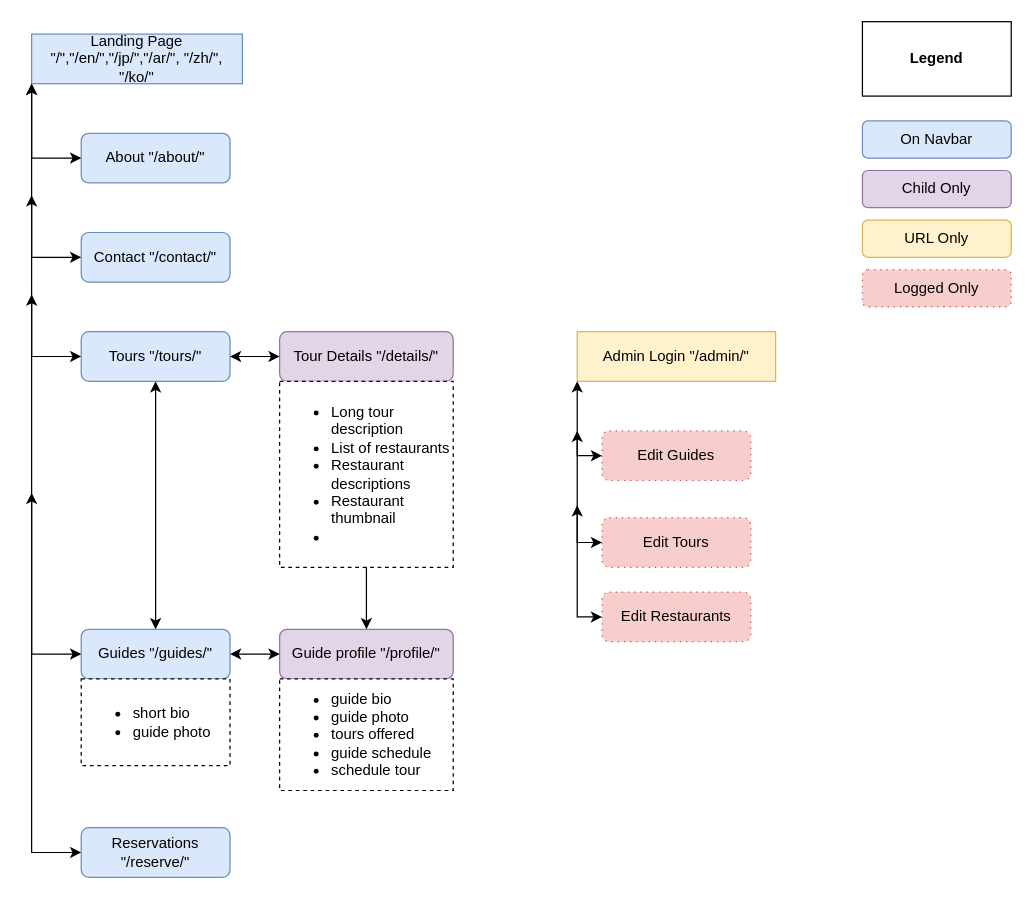
Earlier version of the draw.io diagram Planning Docs/TokyoTours.drawio (TheJasuMasa/TokyoTours). Source tidied: cells renumbered, new cells numbered last; positions are measured from the earlier drawing's top-left corner, leaving out a move shared by most shapes. Both pictures are drawn from the tidied source at 124%, with x=0, y=0 at pixel (31, 21).
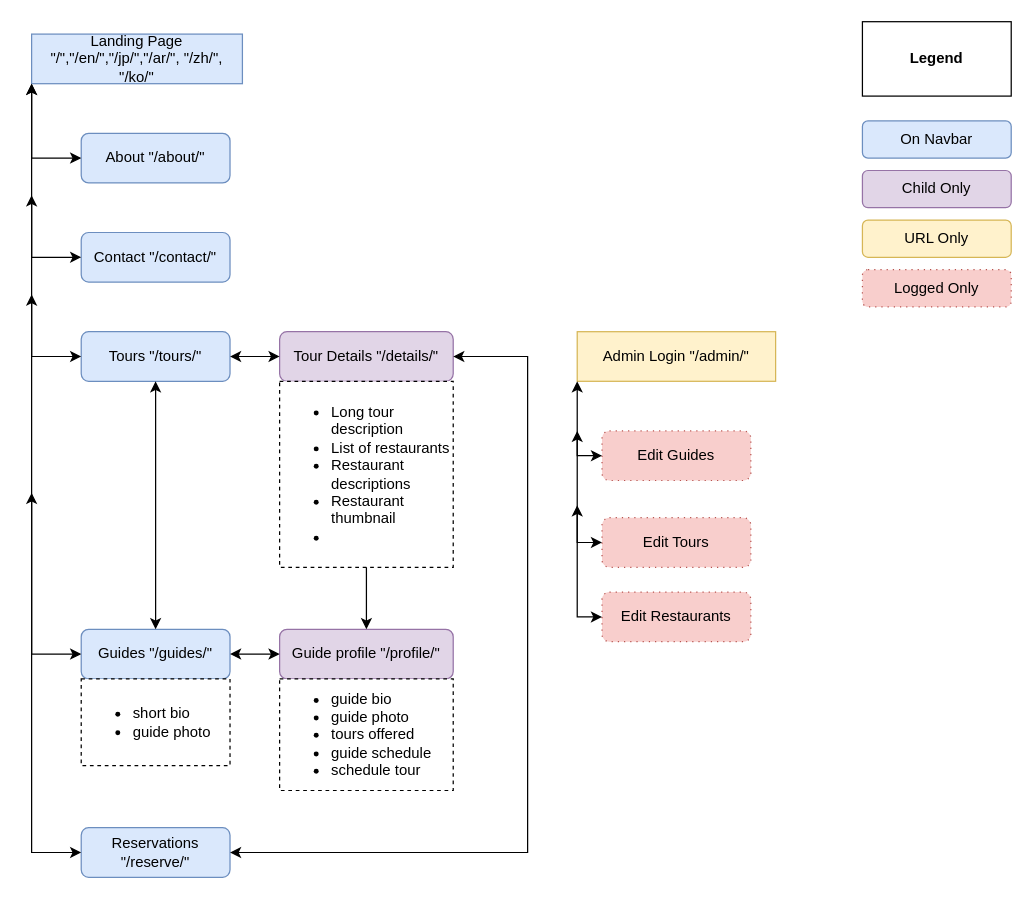
Above is the later version.

The change refers to these unchanged cells:
```xml
<mxCell id="13" value="Tour Details &quot;/details/&quot;" style="rounded=1;whiteSpace=wrap;html=1;fillColor=#e1d5e7;strokeColor=#9673a6;" parent="1" vertex="1">
  <mxGeometry x="200" y="250" width="140" height="40" as="geometry" />
</mxCell>
<mxCell id="27" value="Reservations &quot;/reserve/&quot;" style="rounded=1;whiteSpace=wrap;html=1;fillColor=#dae8fc;strokeColor=#6c8ebf;" parent="1" vertex="1">
  <mxGeometry x="40" y="650" width="120" height="40" as="geometry" />
</mxCell>
```

The edit, as a diff of the source:
```diff
@@
+    <mxCell id="34" style="endArrow=classic;startArrow=classic;html=1;rounded=0;entryX=1;entryY=0.5;entryDx=0;entryDy=0;" parent="1" edge="1" source="13" target="27">
+      <mxGeometry relative="1" as="geometry">
+        <Array as="points">
+          <mxPoint x="400" y="270" />
+          <mxPoint x="400" y="670" />
+        </Array>
+      </mxGeometry>
+    </mxCell>
```
